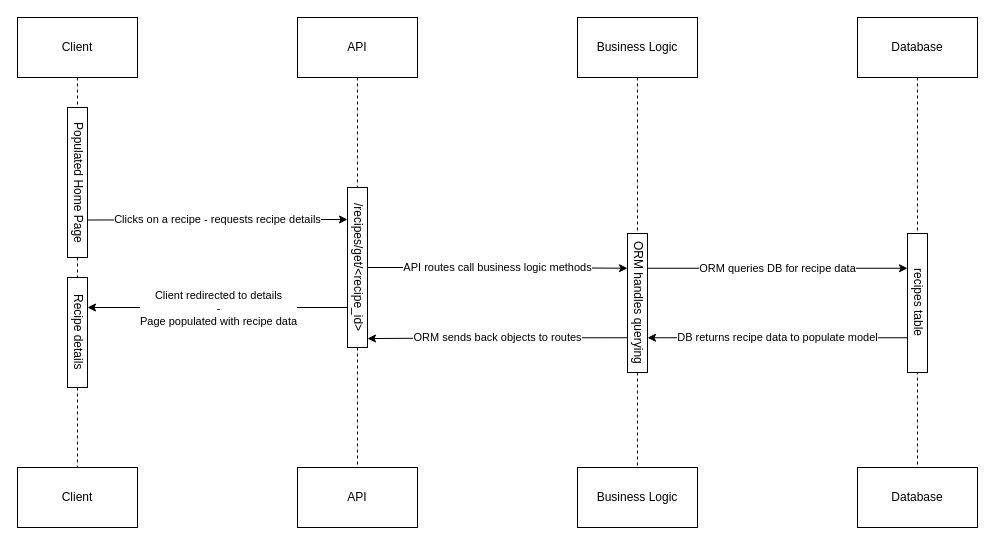
This is part3/6_sequence diagrams/2_recipe.drawio from jmitchell35/holbertonschool-portfolio_project, a draw.io file, before an edit. Source tidied: cells renumbered, new cells numbered last; positions are measured from the earlier drawing's top-left corner, leaving out a move shared by most shapes. Both pictures are drawn from the tidied source at 100%, with x=0, y=0 at pixel (17, 17).
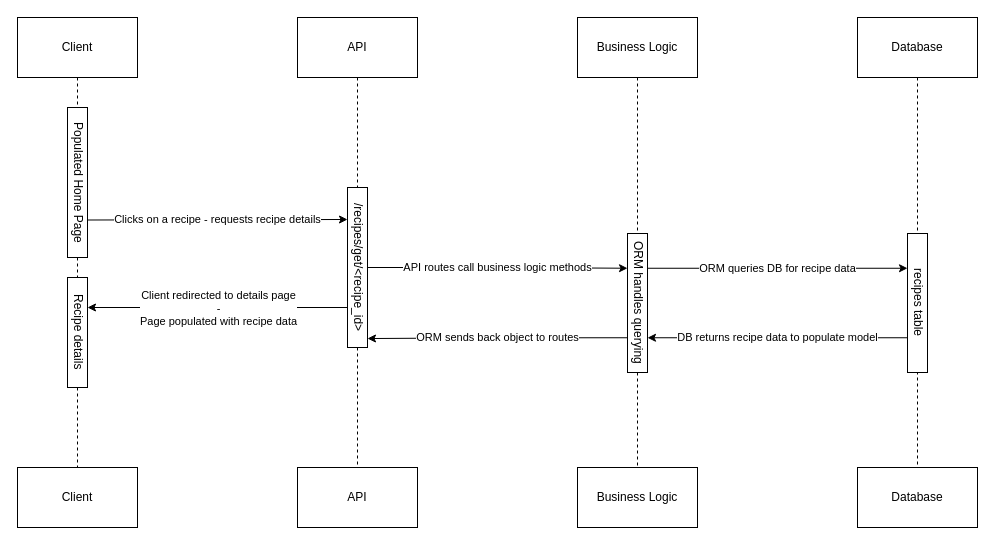
The same page after the edit.

Unchanged cells that the change refers to:
```xml
<mxCell id="18" value="ORM handles querying" style="rounded=0;whiteSpace=wrap;html=1;textDirection=vertical-lr;" parent="1" vertex="1">
  <mxGeometry x="610" y="216" width="20" height="139" as="geometry" />
</mxCell>
<mxCell id="24" value="/recipes/get/&amp;lt;recipe_id&amp;gt;" style="rounded=0;whiteSpace=wrap;html=1;textDirection=vertical-lr;" parent="1" vertex="1">
  <mxGeometry x="330" y="170" width="20" height="160" as="geometry" />
</mxCell>
```

What changed in the source:
```diff
@@
-    <mxCell id="21" value="ORM sends back objects to routes" style="edgeStyle=orthogonalEdgeStyle;rounded=0;jettySize=auto;html=1;exitX=0;exitY=0.75;exitDx=0;exitDy=0;entryX=1;entryY=0.944;entryDx=0;entryDy=0;entryPerimeter=0;" parent="1" edge="1" source="18" target="24">
+    <mxCell id="21" value="ORM sends back object to routes" style="edgeStyle=orthogonalEdgeStyle;rounded=0;jettySize=auto;html=1;exitX=0;exitY=0.75;exitDx=0;exitDy=0;entryX=1;entryY=0.944;entryDx=0;entryDy=0;entryPerimeter=0;" parent="1" edge="1" source="18" target="24">
       <mxGeometry relative="1" as="geometry" />
     </mxCell>
@@
-    <mxCell id="26" value="Client redirected to details&lt;br&gt;-&lt;br&gt;Page populated with recipe data" style="edgeStyle=orthogonalEdgeStyle;rounded=0;jettySize=auto;html=1;exitX=0;exitY=0.75;exitDx=0;exitDy=0;" parent="1" edge="1" source="24">
+    <mxCell id="26" value="Client redirected to details page&lt;br&gt;-&lt;br&gt;Page populated with recipe data" style="edgeStyle=orthogonalEdgeStyle;rounded=0;jettySize=auto;html=1;exitX=0;exitY=0.75;exitDx=0;exitDy=0;" parent="1" edge="1" source="24">
       <mxGeometry relative="1" as="geometry">
         <mxPoint x="70" y="290" as="targetPoint" />
       </mxGeometry>
     </mxCell>
```
